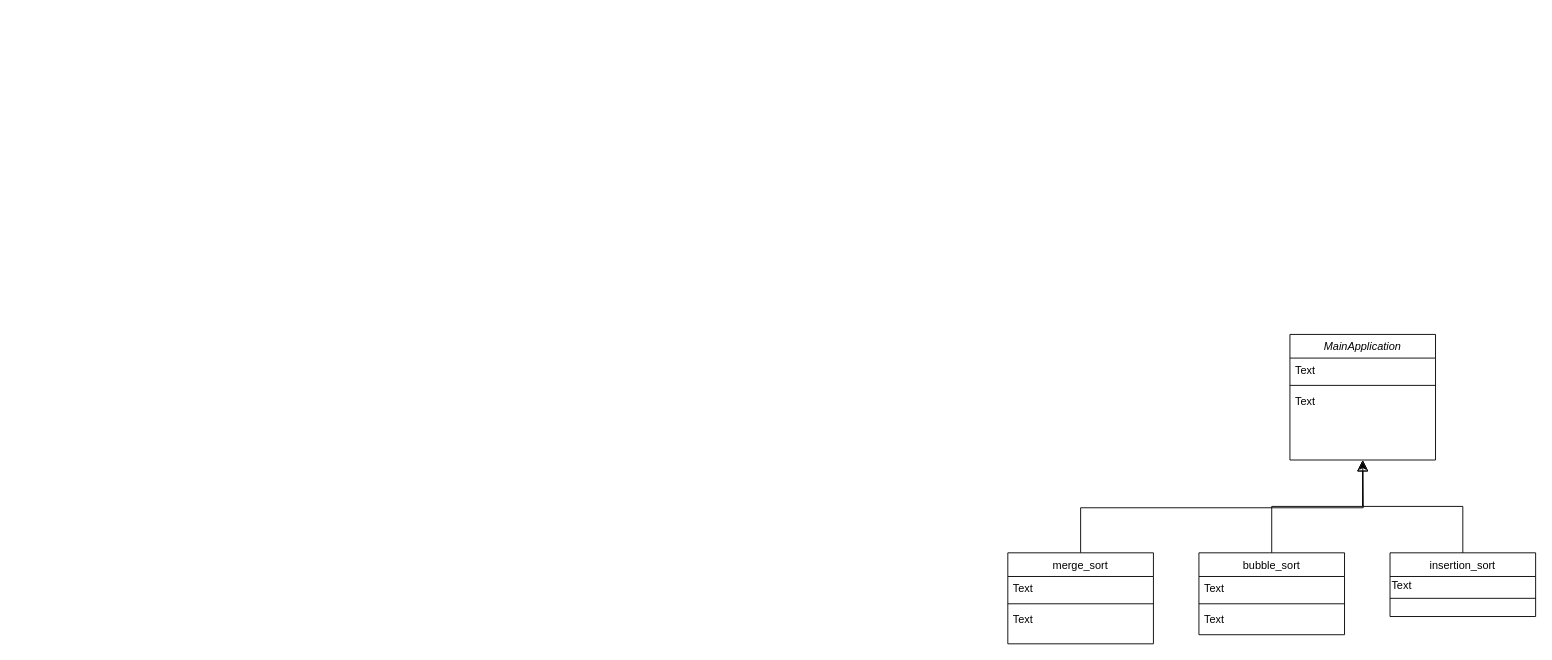
Earlier version of the draw.io diagram Final Project - Class Diagram.drawio (Prot0ast/Repository-Name). Source tidied: cells renumbered, new cells numbered last; positions are measured from the earlier drawing's top-left corner, leaving out a move shared by most shapes. Both pictures are drawn from the tidied source at 91%, with x=0, y=0 at pixel (1007, 334).
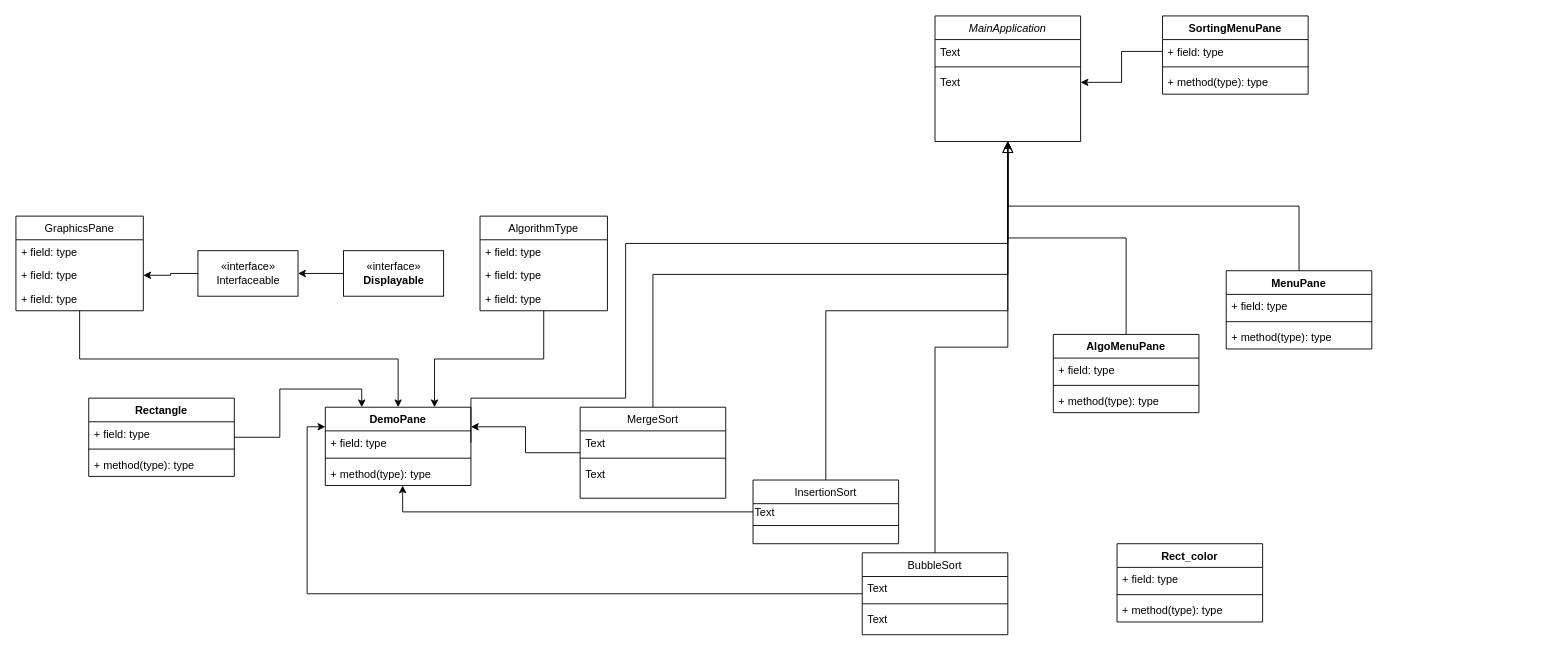
The same diagram, later.

Unchanged cells that the change refers to:
```xml
<mxCell id="5" value="Text" style="text;align=left;verticalAlign=top;spacingLeft=4;spacingRight=4;overflow=hidden;points=[[0,0.5],[1,0.5]];portConstraint=eastwest;" parent="2" vertex="1">
  <mxGeometry y="60" width="160" height="26" as="geometry" />
</mxCell>
```

Diff of the diagram source:
```diff
@@
     <mxCell id="2" value="MainApplication" style="swimlane;fontStyle=2;align=center;verticalAlign=top;horizontal=1;startSize=26;rounded=0;shadow=0;strokeWidth=1;" parent="1" vertex="1">
-      <mxGeometry x="310" width="160" height="138" as="geometry" />
+      <mxGeometry x="-80" y="-350" width="160" height="138" as="geometry" />
     </mxCell>
@@
+    <mxCell id="20" style="edgeStyle=orthogonalEdgeStyle;rounded=0;jettySize=auto;html=1;exitX=0;exitY=0.5;exitDx=0;exitDy=0;entryX=0;entryY=0.25;entryDx=0;entryDy=0;" parent="1" edge="1" source="6" target="52">
+      <mxGeometry relative="1" as="geometry" />
+    </mxCell>
-    <mxCell id="6" value="bubble_sort" style="swimlane;fontStyle=0;align=center;verticalAlign=top;horizontal=1;startSize=26;rounded=0;shadow=0;strokeWidth=1;" parent="1" vertex="1">
-      <mxGeometry x="210" y="240" width="160" height="90" as="geometry" />
+    <mxCell id="6" value="BubbleSort" style="swimlane;fontStyle=0;align=center;verticalAlign=top;horizontal=1;startSize=26;rounded=0;shadow=0;strokeWidth=1;" parent="1" vertex="1">
+      <mxGeometry x="-160" y="240" width="160" height="90" as="geometry" />
     </mxCell>
@@
+    <mxCell id="21" style="edgeStyle=orthogonalEdgeStyle;rounded=0;jettySize=auto;html=1;exitX=0;exitY=0.5;exitDx=0;exitDy=0;entryX=0.531;entryY=1;entryDx=0;entryDy=0;entryPerimeter=0;" parent="1" edge="1" source="11" target="55">
+      <mxGeometry relative="1" as="geometry" />
+    </mxCell>
-    <mxCell id="11" value="insertion_sort" style="swimlane;fontStyle=0;align=center;verticalAlign=top;horizontal=1;startSize=26;rounded=0;shadow=0;strokeWidth=1;" parent="1" vertex="1">
-      <mxGeometry x="420" y="240" width="160" height="70" as="geometry" />
+    <mxCell id="11" value="InsertionSort" style="swimlane;fontStyle=0;align=center;verticalAlign=top;horizontal=1;startSize=26;rounded=0;shadow=0;strokeWidth=1;" parent="1" vertex="1">
+      <mxGeometry x="-280" y="160" width="160" height="70" as="geometry" />
     </mxCell>
@@
-    <mxCell id="15" style="edgeStyle=orthogonalEdgeStyle;rounded=0;jettySize=auto;html=1;exitX=0.5;exitY=0;exitDx=0;exitDy=0;" parent="1" edge="1" source="16">
-      <mxGeometry relative="1" as="geometry">
-        <mxPoint x="390" y="140" as="targetPoint" />
-      </mxGeometry>
-    </mxCell>
+    <mxCell id="22" style="edgeStyle=orthogonalEdgeStyle;rounded=0;jettySize=auto;html=1;exitX=0.5;exitY=0;exitDx=0;exitDy=0;entryX=0.5;entryY=1;entryDx=0;entryDy=0;" parent="1" edge="1" source="16" target="2">
+      <mxGeometry relative="1" as="geometry" />
+    </mxCell>
+    <mxCell id="23" style="edgeStyle=orthogonalEdgeStyle;rounded=0;jettySize=auto;html=1;exitX=0;exitY=0.5;exitDx=0;exitDy=0;entryX=1;entryY=0.25;entryDx=0;entryDy=0;" parent="1" edge="1" source="16" target="52">
+      <mxGeometry relative="1" as="geometry" />
+    </mxCell>
-    <mxCell id="16" value="merge_sort" style="swimlane;fontStyle=0;align=center;verticalAlign=top;horizontal=1;startSize=26;rounded=0;shadow=0;strokeWidth=1;" parent="1" vertex="1">
-      <mxGeometry y="240" width="160" height="100" as="geometry" />
+    <mxCell id="16" value="MergeSort" style="swimlane;fontStyle=0;align=center;verticalAlign=top;horizontal=1;startSize=26;rounded=0;shadow=0;strokeWidth=1;" parent="1" vertex="1">
+      <mxGeometry x="-470" y="80" width="160" height="100" as="geometry" />
     </mxCell>
@@
+    <mxCell id="24" style="edgeStyle=orthogonalEdgeStyle;rounded=0;jettySize=auto;html=1;exitX=0.5;exitY=0;exitDx=0;exitDy=0;entryX=0.5;entryY=1;entryDx=0;entryDy=0;" parent="1" edge="1" source="25" target="2">
+      <mxGeometry relative="1" as="geometry" />
+    </mxCell>
+    <mxCell id="25" value="AlgoMenuPane" style="swimlane;fontStyle=1;align=center;verticalAlign=top;horizontal=1;startSize=26;" parent="1" vertex="1">
+      <mxGeometry x="50" width="160" height="86" as="geometry" />
+    </mxCell>
+    <mxCell id="26" value="+ field: type" style="text;strokeColor=none;fillColor=none;align=left;verticalAlign=top;spacingLeft=4;spacingRight=4;overflow=hidden;" parent="25" vertex="1">
+      <mxGeometry y="26" width="160" height="26" as="geometry" />
+    </mxCell>
+    <mxCell id="27" style="line;strokeWidth=1;fillColor=none;align=left;verticalAlign=middle;spacingTop=-1;spacingLeft=3;spacingRight=3;labelPosition=right;" parent="25" vertex="1">
+      <mxGeometry y="52" width="160" height="8" as="geometry" />
+    </mxCell>
+    <mxCell id="28" value="+ method(type): type" style="text;strokeColor=none;fillColor=none;align=left;verticalAlign=top;spacingLeft=4;spacingRight=4;overflow=hidden;" parent="25" vertex="1">
+      <mxGeometry y="60" width="160" height="26" as="geometry" />
+    </mxCell>
+    <mxCell id="29" style="edgeStyle=orthogonalEdgeStyle;rounded=0;jettySize=auto;html=1;exitX=0.5;exitY=1;exitDx=0;exitDy=0;entryX=0.75;entryY=0;entryDx=0;entryDy=0;" parent="1" edge="1" source="30" target="52">
+      <mxGeometry relative="1" as="geometry" />
+    </mxCell>
+    <mxCell id="30" value="AlgorithmType" style="swimlane;fontStyle=0;horizontal=1;startSize=26;fillColor=none;" parent="1" vertex="1">
+      <mxGeometry x="-580" y="-130" width="140" height="104" as="geometry" />
+    </mxCell>
+    <mxCell id="31" value="+ field: type" style="text;strokeColor=none;fillColor=none;align=left;verticalAlign=top;spacingLeft=4;spacingRight=4;overflow=hidden;" parent="30" vertex="1">
+      <mxGeometry y="26" width="140" height="26" as="geometry" />
+    </mxCell>
+    <mxCell id="32" value="+ field: type" style="text;strokeColor=none;fillColor=none;align=left;verticalAlign=top;spacingLeft=4;spacingRight=4;overflow=hidden;" parent="30" vertex="1">
+      <mxGeometry y="52" width="140" height="26" as="geometry" />
+    </mxCell>
+    <mxCell id="33" value="+ field: type" style="text;strokeColor=none;fillColor=none;align=left;verticalAlign=top;spacingLeft=4;spacingRight=4;overflow=hidden;" parent="30" vertex="1">
+      <mxGeometry y="78" width="140" height="26" as="geometry" />
+    </mxCell>
+    <mxCell id="34" value="Rect_color" style="swimlane;fontStyle=1;align=center;verticalAlign=top;horizontal=1;startSize=26;" parent="1" vertex="1">
+      <mxGeometry x="120" y="230" width="160" height="86" as="geometry" />
+    </mxCell>
+    <mxCell id="35" value="+ field: type" style="text;strokeColor=none;fillColor=none;align=left;verticalAlign=top;spacingLeft=4;spacingRight=4;overflow=hidden;" parent="34" vertex="1">
+      <mxGeometry y="26" width="160" height="26" as="geometry" />
+    </mxCell>
+    <mxCell id="36" style="line;strokeWidth=1;fillColor=none;align=left;verticalAlign=middle;spacingTop=-1;spacingLeft=3;spacingRight=3;labelPosition=right;" parent="34" vertex="1">
+      <mxGeometry y="52" width="160" height="8" as="geometry" />
+    </mxCell>
+    <mxCell id="37" value="+ method(type): type" style="text;strokeColor=none;fillColor=none;align=left;verticalAlign=top;spacingLeft=4;spacingRight=4;overflow=hidden;" parent="34" vertex="1">
+      <mxGeometry y="60" width="160" height="26" as="geometry" />
+    </mxCell>
+    <mxCell id="38" style="edgeStyle=orthogonalEdgeStyle;rounded=0;jettySize=auto;html=1;exitX=1;exitY=0.5;exitDx=0;exitDy=0;entryX=0.25;entryY=0;entryDx=0;entryDy=0;" parent="1" edge="1" source="39" target="52">
+      <mxGeometry relative="1" as="geometry" />
+    </mxCell>
+    <mxCell id="39" value="Rectangle" style="swimlane;fontStyle=1;align=center;verticalAlign=top;horizontal=1;startSize=26;" parent="1" vertex="1">
+      <mxGeometry x="-1010" y="70" width="160" height="86" as="geometry" />
+    </mxCell>
+    <mxCell id="40" value="+ field: type" style="text;strokeColor=none;fillColor=none;align=left;verticalAlign=top;spacingLeft=4;spacingRight=4;overflow=hidden;" parent="39" vertex="1">
+      <mxGeometry y="26" width="160" height="26" as="geometry" />
+    </mxCell>
+    <mxCell id="41" style="line;strokeWidth=1;fillColor=none;align=left;verticalAlign=middle;spacingTop=-1;spacingLeft=3;spacingRight=3;labelPosition=right;" parent="39" vertex="1">
+      <mxGeometry y="52" width="160" height="8" as="geometry" />
+    </mxCell>
+    <mxCell id="42" value="+ method(type): type" style="text;strokeColor=none;fillColor=none;align=left;verticalAlign=top;spacingLeft=4;spacingRight=4;overflow=hidden;" parent="39" vertex="1">
+      <mxGeometry y="60" width="160" height="26" as="geometry" />
+    </mxCell>
+    <mxCell id="43" value="SortingMenuPane" style="swimlane;fontStyle=1;align=center;verticalAlign=top;horizontal=1;startSize=26;" parent="1" vertex="1">
+      <mxGeometry x="170" y="-350" width="160" height="86" as="geometry" />
+    </mxCell>
+    <mxCell id="44" value="+ field: type" style="text;strokeColor=none;fillColor=none;align=left;verticalAlign=top;spacingLeft=4;spacingRight=4;overflow=hidden;points=[[0,0.5],[1,0.5]];portConstraint=eastwest;" parent="43" vertex="1">
+      <mxGeometry y="26" width="160" height="26" as="geometry" />
+    </mxCell>
+    <mxCell id="45" style="line;strokeWidth=1;fillColor=none;align=left;verticalAlign=middle;spacingTop=-1;spacingLeft=3;spacingRight=3;labelPosition=right;" parent="43" vertex="1">
+      <mxGeometry y="52" width="160" height="8" as="geometry" />
+    </mxCell>
+    <mxCell id="46" value="+ method(type): type" style="text;strokeColor=none;fillColor=none;align=left;verticalAlign=top;spacingLeft=4;spacingRight=4;overflow=hidden;" parent="43" vertex="1">
+      <mxGeometry y="60" width="160" height="26" as="geometry" />
+    </mxCell>
+    <mxCell id="47" style="edgeStyle=orthogonalEdgeStyle;rounded=0;jettySize=auto;html=1;exitX=0.5;exitY=0;exitDx=0;exitDy=0;entryX=0.5;entryY=1;entryDx=0;entryDy=0;" parent="1" edge="1" source="48" target="2">
+      <mxGeometry relative="1" as="geometry" />
+    </mxCell>
+    <mxCell id="48" value="MenuPane" style="swimlane;fontStyle=1;align=center;verticalAlign=top;horizontal=1;startSize=26;" parent="1" vertex="1">
+      <mxGeometry x="240" y="-70" width="160" height="86" as="geometry" />
+    </mxCell>
+    <mxCell id="49" value="+ field: type" style="text;strokeColor=none;fillColor=none;align=left;verticalAlign=top;spacingLeft=4;spacingRight=4;overflow=hidden;" parent="48" vertex="1">
+      <mxGeometry y="26" width="160" height="26" as="geometry" />
+    </mxCell>
+    <mxCell id="50" style="line;strokeWidth=1;fillColor=none;align=left;verticalAlign=middle;spacingTop=-1;spacingLeft=3;spacingRight=3;labelPosition=right;" parent="48" vertex="1">
+      <mxGeometry y="52" width="160" height="8" as="geometry" />
+    </mxCell>
+    <mxCell id="51" value="+ method(type): type" style="text;strokeColor=none;fillColor=none;align=left;verticalAlign=top;spacingLeft=4;spacingRight=4;overflow=hidden;" parent="48" vertex="1">
+      <mxGeometry y="60" width="160" height="26" as="geometry" />
+    </mxCell>
+    <mxCell id="52" value="DemoPane" style="swimlane;fontStyle=1;align=center;verticalAlign=top;horizontal=1;startSize=26;" parent="1" vertex="1">
+      <mxGeometry x="-750" y="80" width="160" height="86" as="geometry" />
+    </mxCell>
+    <mxCell id="53" value="+ field: type" style="text;strokeColor=none;fillColor=none;align=left;verticalAlign=top;spacingLeft=4;spacingRight=4;overflow=hidden;points=[[0,0.5],[1,0.5]];portConstraint=eastwest;" parent="52" vertex="1">
+      <mxGeometry y="26" width="160" height="26" as="geometry" />
+    </mxCell>
+    <mxCell id="54" style="line;strokeWidth=1;fillColor=none;align=left;verticalAlign=middle;spacingTop=-1;spacingLeft=3;spacingRight=3;labelPosition=right;" parent="52" vertex="1">
+      <mxGeometry y="52" width="160" height="8" as="geometry" />
+    </mxCell>
+    <mxCell id="55" value="+ method(type): type" style="text;strokeColor=none;fillColor=none;align=left;verticalAlign=top;spacingLeft=4;spacingRight=4;overflow=hidden;points=[[0,0.5],[1,0.5]];portConstraint=eastwest;" parent="52" vertex="1">
+      <mxGeometry y="60" width="160" height="26" as="geometry" />
+    </mxCell>
+    <mxCell id="56" style="edgeStyle=orthogonalEdgeStyle;rounded=0;jettySize=auto;html=1;exitX=1;exitY=0.5;exitDx=0;exitDy=0;entryX=0.5;entryY=1;entryDx=0;entryDy=0;" parent="1" edge="1" source="53" target="2">
+      <mxGeometry relative="1" as="geometry">
+        <Array as="points">
+          <mxPoint x="-590" y="70" />
+          <mxPoint x="-420" y="70" />
+          <mxPoint x="-420" y="-100" />
+          <mxPoint y="-100" />
+        </Array>
+      </mxGeometry>
+    </mxCell>
+    <mxCell id="57" style="edgeStyle=orthogonalEdgeStyle;rounded=0;jettySize=auto;html=1;exitX=0;exitY=0.5;exitDx=0;exitDy=0;entryX=1;entryY=0.5;entryDx=0;entryDy=0;" parent="1" edge="1" source="58" target="64">
+      <mxGeometry relative="1" as="geometry" />
+    </mxCell>
+    <mxCell id="58" value="«interface»&lt;br&gt;Interfaceable" style="html=1;" parent="1" vertex="1">
+      <mxGeometry x="-890" y="-92" width="110" height="50" as="geometry" />
+    </mxCell>
+    <mxCell id="59" style="edgeStyle=orthogonalEdgeStyle;rounded=0;jettySize=auto;html=1;exitX=0;exitY=0.5;exitDx=0;exitDy=0;" parent="1" edge="1" source="60" target="58">
+      <mxGeometry relative="1" as="geometry" />
+    </mxCell>
+    <mxCell id="60" value="«interface»&lt;br&gt;&lt;b&gt;Displayable&lt;/b&gt;" style="html=1;" parent="1" vertex="1">
+      <mxGeometry x="-730" y="-92" width="110" height="50" as="geometry" />
+    </mxCell>
+    <mxCell id="61" style="edgeStyle=orthogonalEdgeStyle;rounded=0;jettySize=auto;html=1;exitX=0.5;exitY=1;exitDx=0;exitDy=0;entryX=0.5;entryY=0;entryDx=0;entryDy=0;" parent="1" edge="1" source="62" target="52">
+      <mxGeometry relative="1" as="geometry" />
+    </mxCell>
+    <mxCell id="62" value="GraphicsPane" style="swimlane;fontStyle=0;horizontal=1;startSize=26;fillColor=none;" parent="1" vertex="1">
+      <mxGeometry x="-1090" y="-130" width="140" height="104" as="geometry" />
+    </mxCell>
+    <mxCell id="63" value="+ field: type" style="text;strokeColor=none;fillColor=none;align=left;verticalAlign=top;spacingLeft=4;spacingRight=4;overflow=hidden;" parent="62" vertex="1">
+      <mxGeometry y="26" width="140" height="26" as="geometry" />
+    </mxCell>
+    <mxCell id="64" value="+ field: type" style="text;strokeColor=none;fillColor=none;align=left;verticalAlign=top;spacingLeft=4;spacingRight=4;overflow=hidden;points=[[0,0.5],[1,0.5]];portConstraint=eastwest;" parent="62" vertex="1">
+      <mxGeometry y="52" width="140" height="26" as="geometry" />
+    </mxCell>
+    <mxCell id="65" value="+ field: type" style="text;strokeColor=none;fillColor=none;align=left;verticalAlign=top;spacingLeft=4;spacingRight=4;overflow=hidden;" parent="62" vertex="1">
+      <mxGeometry y="78" width="140" height="26" as="geometry" />
+    </mxCell>
+    <mxCell id="66" style="edgeStyle=orthogonalEdgeStyle;rounded=0;jettySize=auto;html=1;exitX=0;exitY=0.5;exitDx=0;exitDy=0;entryX=1;entryY=0.5;entryDx=0;entryDy=0;" parent="1" edge="1" source="44" target="5">
+      <mxGeometry relative="1" as="geometry" />
+    </mxCell>
```
